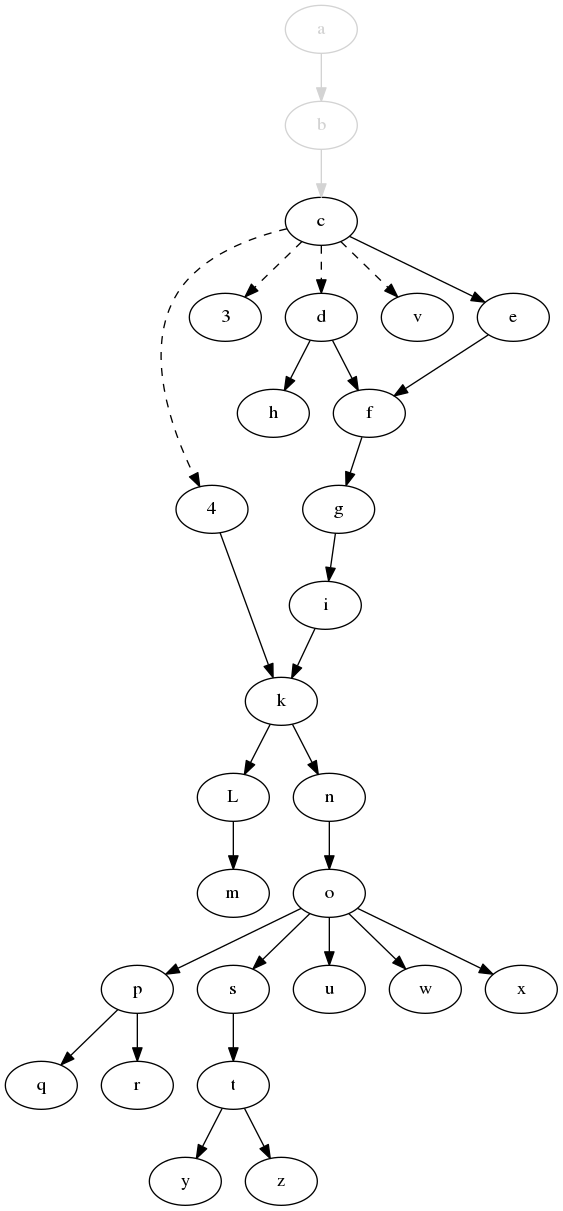
jdmpapin/svm-startup-deps keeps this Graphviz diagram as svm-startup-deps.png. Above is the earlier version. Its source is kept beside it as svm-startup-deps.dot.
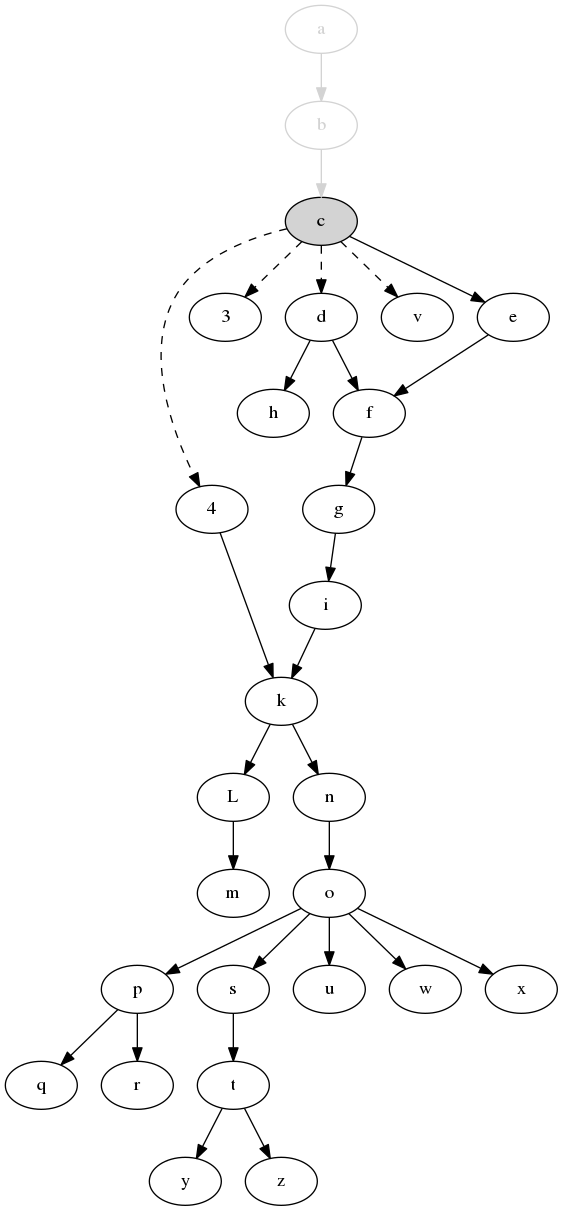
Later version of the same file.

Diff of the diagram source:
```diff
@@ -3,7 +3,7 @@
     3;
     a [color=lightgrey,fontcolor=lightgrey];
     b [color=lightgrey,fontcolor=lightgrey];
-    c;
+    c [style=filled,fillcolor=lightgrey];
     d;
     e;
     f;
```
